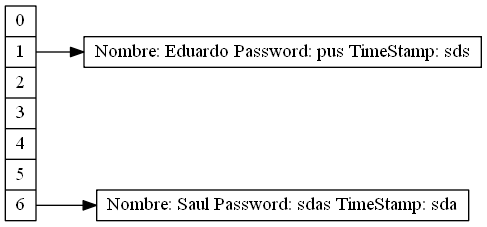
This is Proyecto2/HashTable.png from Eduardo01004/EDD_2S2019_PY2_201612124, a Graphviz export, as it was before one commit. Its source is kept beside it as Proyecto2/HashTable.dot.
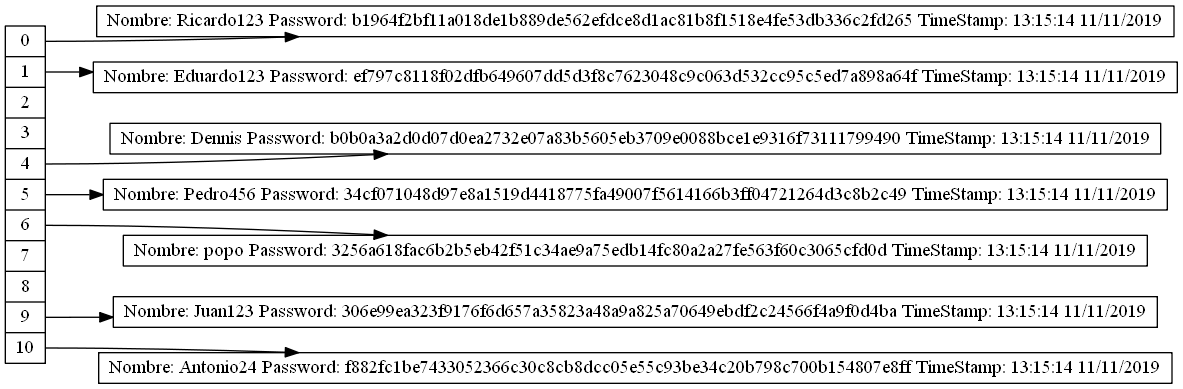
The same diagram one commit later.

What changed in the source:
```diff
@@ -7,9 +7,23 @@
 <f3> 3 |
 <f4> 4 |
 <f5> 5 |
-<f6> 6"];
-nodoEduardo [label= "Nombre: Eduardo Password: pus TimeStamp: sds"];
-"nodeTable":f1 -> nodoEduardo
-nodoSaul [label= "Nombre: Saul Password: sdas TimeStamp: sda"];
-"nodeTable":f6 -> nodoSaul
+<f6> 6 |
+<f7> 7 |
+<f8> 8 |
+<f9> 9 |
+<f10> 10"];
+nodoRicardo123 [label= "Nombre: Ricardo123 Password: b1964f2bf11a018de1b889de562efdce8d1ac81b8f1518e4fe53db336c2fd265 TimeStamp: 13:15:14 11/11/2019"];
+"nodeTable":f0 -> nodoRicardo123
+nodoEduardo123 [label= "Nombre: Eduardo123 Password: ef797c8118f02dfb649607dd5d3f8c7623048c9c063d532cc95c5ed7a898a64f TimeStamp: 13:15:14 11/11/2019"];
+"nodeTable":f1 -> nodoEduardo123
+nodoDennis [label= "Nombre: Dennis Password: b0b0a3a2d0d07d0ea2732e07a83b5605eb3709e0088bce1e9316f73111799490 TimeStamp: 13:15:14 11/11/2019"];
+"nodeTable":f4 -> nodoDennis
+nodoPedro456 [label= "Nombre: Pedro456 Password: 34cf071048d97e8a1519d4418775fa49007f5614166b3ff04721264d3c8b2c49 TimeStamp: 13:15:14 11/11/2019"];
+"nodeTable":f5 -> nodoPedro456
+nodopopo [label= "Nombre: popo Password: 3256a618fac6b2b5eb42f51c34ae9a75edb14fc80a2a27fe563f60c3065cfd0d TimeStamp: 13:15:14 11/11/2019"];
+"nodeTable":f6 -> nodopopo
+nodoJuan123 [label= "Nombre: Juan123 Password: 306e99ea323f9176f6d657a35823a48a9a825a70649ebdf2c24566f4a9f0d4ba TimeStamp: 13:15:14 11/11/2019"];
+"nodeTable":f9 -> nodoJuan123
+nodoAntonio24 [label= "Nombre: Antonio24 Password: f882fc1be7433052366c30c8cb8dcc05e55c93be34c20b798c700b154807e8ff TimeStamp: 13:15:14 11/11/2019"];
+"nodeTable":f10 -> nodoAntonio24
 }
```
